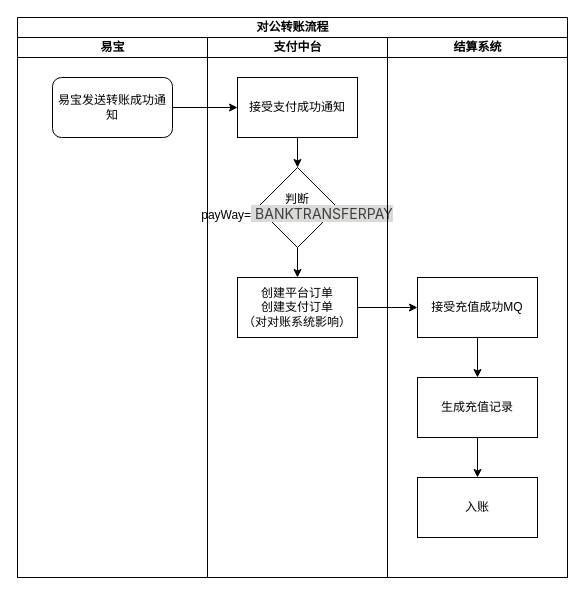
The draw.io diagram .drawio in guohuan0126/test, before the edit. Source tidied: cells renumbered, new cells numbered last; positions are measured from the earlier drawing's top-left corner, leaving out a move shared by most shapes. Both pictures are drawn from the tidied source at 100%, with x=0, y=0 at pixel (17, 17).
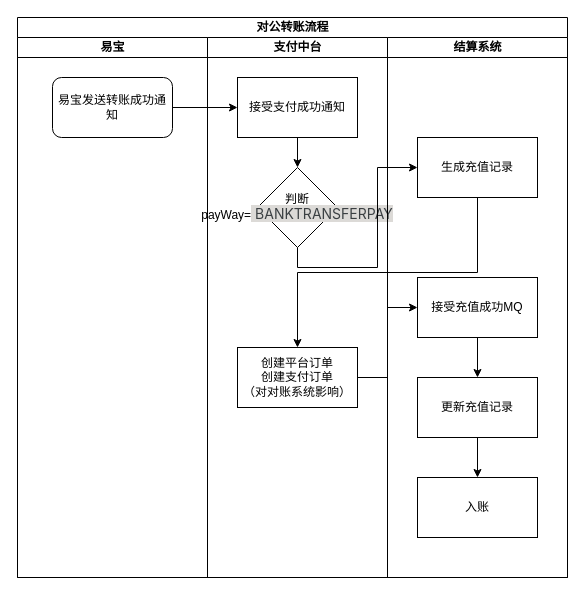
The same page after the edit.

Unchanged cells that the change refers to:
```xml
<mxCell id="2" value="对公转账流程" style="swimlane;startSize=20;html=1;" parent="1" vertex="1">
  <mxGeometry width="550" height="560" as="geometry" />
</mxCell>
<mxCell id="5" value="支付中台" style="swimlane;startSize=20;html=1;" parent="2" vertex="1">
  <mxGeometry x="190" y="20" width="180" height="540" as="geometry" />
</mxCell>
<mxCell id="9" value="判断payWay=&lt;span style=&quot;color: rgb(59, 64, 67); font-family: -apple-system, &amp;quot;system-ui&amp;quot;, &amp;quot;Segoe UI&amp;quot;, Roboto, Oxygen, Ubuntu, &amp;quot;Fira Sans&amp;quot;, &amp;quot;Droid Sans&amp;quot;, &amp;quot;Helvetica Neue&amp;quot;, sans-serif; font-size: 14px; text-align: left; background-color: rgb(220, 218, 215); --darkreader-inline-color: #454a4d; --darkreader-inline-bgcolor: #c2beb9;&quot;&gt;&amp;nbsp;BANKTRANSFERPAY&lt;/span&gt;" style="rhombus;whiteSpace=wrap;html=1;" parent="5" vertex="1">
  <mxGeometry x="50" y="130" width="80" height="80" as="geometry" />
</mxCell>
<mxCell id="11" value="结算系统" style="swimlane;startSize=20;html=1;" parent="2" vertex="1">
  <mxGeometry x="370" y="20" width="180" height="540" as="geometry" />
</mxCell>
<mxCell id="13" value="接受充值成功MQ" style="rounded=0;whiteSpace=wrap;html=1;" parent="11" vertex="1">
  <mxGeometry x="30" y="240" width="120" height="60" as="geometry" />
</mxCell>
```

What changed in the source:
```diff
@@
-    <mxCell id="8" style="edgeStyle=orthogonalEdgeStyle;rounded=0;jettySize=auto;html=1;exitX=0.5;exitY=1;exitDx=0;exitDy=0;entryX=0.5;entryY=0;entryDx=0;entryDy=0;" parent="5" edge="1" source="9" target="10">
-      <mxGeometry relative="1" as="geometry" />
-    </mxCell>
@@
     <mxCell id="10" value="创建平台订单&lt;div&gt;创建支付订单&lt;br&gt;（对对账系统影响）&lt;/div&gt;" style="rounded=0;whiteSpace=wrap;html=1;" parent="5" vertex="1">
-      <mxGeometry x="30" y="240" width="120" height="60" as="geometry" />
+      <mxGeometry x="30" y="310" width="120" height="60" as="geometry" />
     </mxCell>
@@
-    <mxCell id="15" value="生成充值记录" style="rounded=0;whiteSpace=wrap;html=1;" parent="11" vertex="1">
+    <mxCell id="15" value="更新充值记录" style="rounded=0;whiteSpace=wrap;html=1;" parent="11" vertex="1">
       <mxGeometry x="30" y="340" width="120" height="60" as="geometry" />
     </mxCell>
@@
+    <mxCell id="19" value="生成充值记录" style="rounded=0;whiteSpace=wrap;html=1;" parent="11" vertex="1">
+      <mxGeometry x="30" y="100" width="120" height="60" as="geometry" />
+    </mxCell>
@@
+    <mxCell id="20" style="edgeStyle=orthogonalEdgeStyle;rounded=0;jettySize=auto;html=1;exitX=0.5;exitY=1;exitDx=0;exitDy=0;entryX=0;entryY=0.5;entryDx=0;entryDy=0;" parent="2" edge="1" source="9" target="19">
+      <mxGeometry relative="1" as="geometry" />
+    </mxCell>
+    <mxCell id="21" style="edgeStyle=orthogonalEdgeStyle;rounded=0;jettySize=auto;html=1;exitX=0.5;exitY=1;exitDx=0;exitDy=0;" parent="2" edge="1" source="19" target="10">
+      <mxGeometry relative="1" as="geometry" />
+    </mxCell>
-    <mxCell id="18" style="edgeStyle=orthogonalEdgeStyle;rounded=0;jettySize=auto;html=1;exitX=1;exitY=0.5;exitDx=0;exitDy=0;" parent="2" edge="1" source="10" target="13">
+    <mxCell id="18" style="edgeStyle=orthogonalEdgeStyle;rounded=0;jettySize=auto;html=1;exitX=1;exitY=0.5;exitDx=0;exitDy=0;entryX=0;entryY=0.5;entryDx=0;entryDy=0;" parent="2" edge="1" source="10" target="13">
       <mxGeometry relative="1" as="geometry" />
     </mxCell>
```
